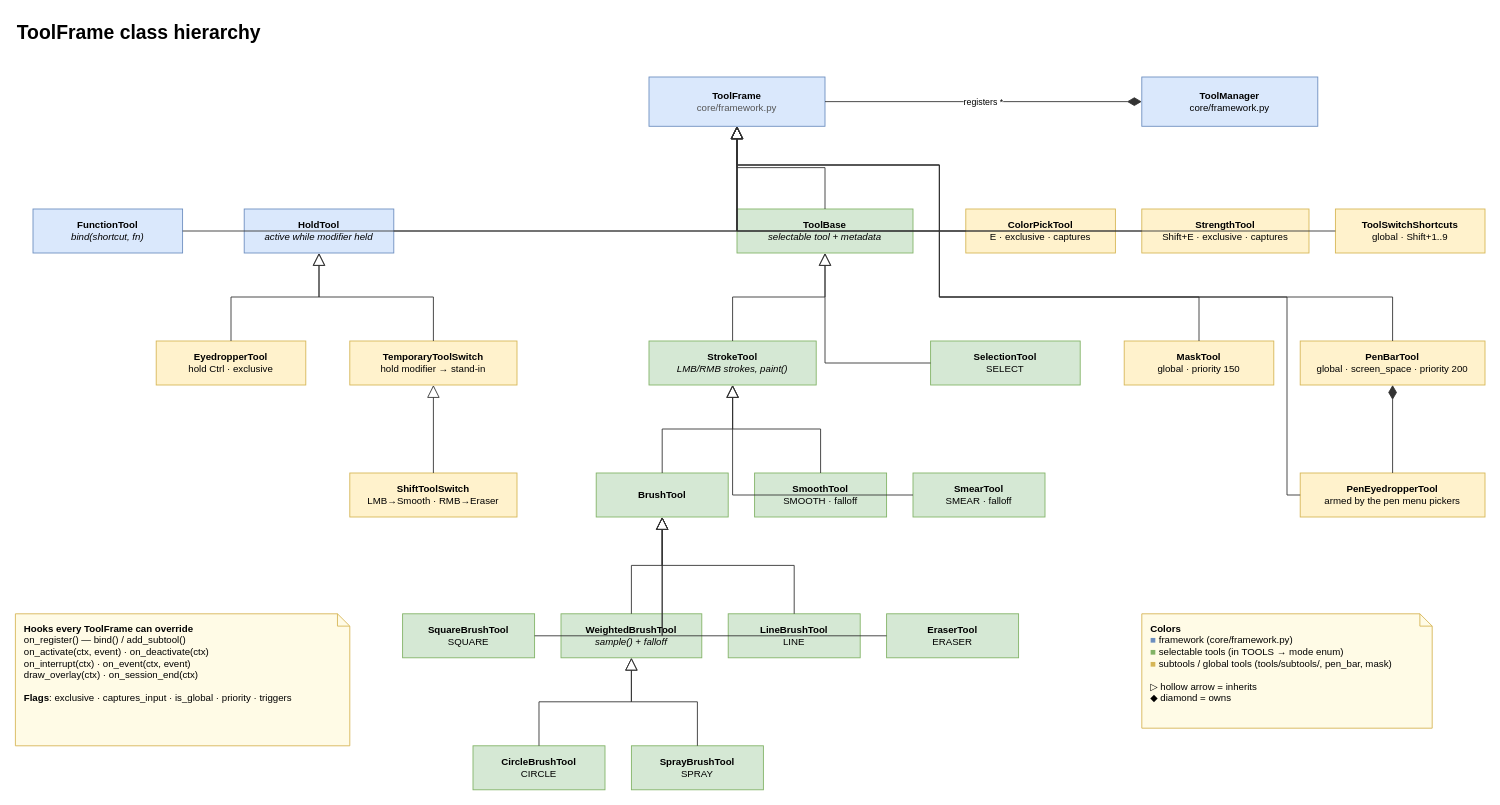
The draw.io diagram page "Class Hierarchy" (2 of 4) of Architecture.drawio in AnimefanPostUP/APU_PixelPainter, before the edit. Source tidied: cells renumbered, new cells numbered last; positions are measured from the earlier drawing's top-left corner, leaving out a move shared by most shapes. Both pictures are drawn from the tidied source at 88%, with x=0, y=0 at pixel (15, 15).
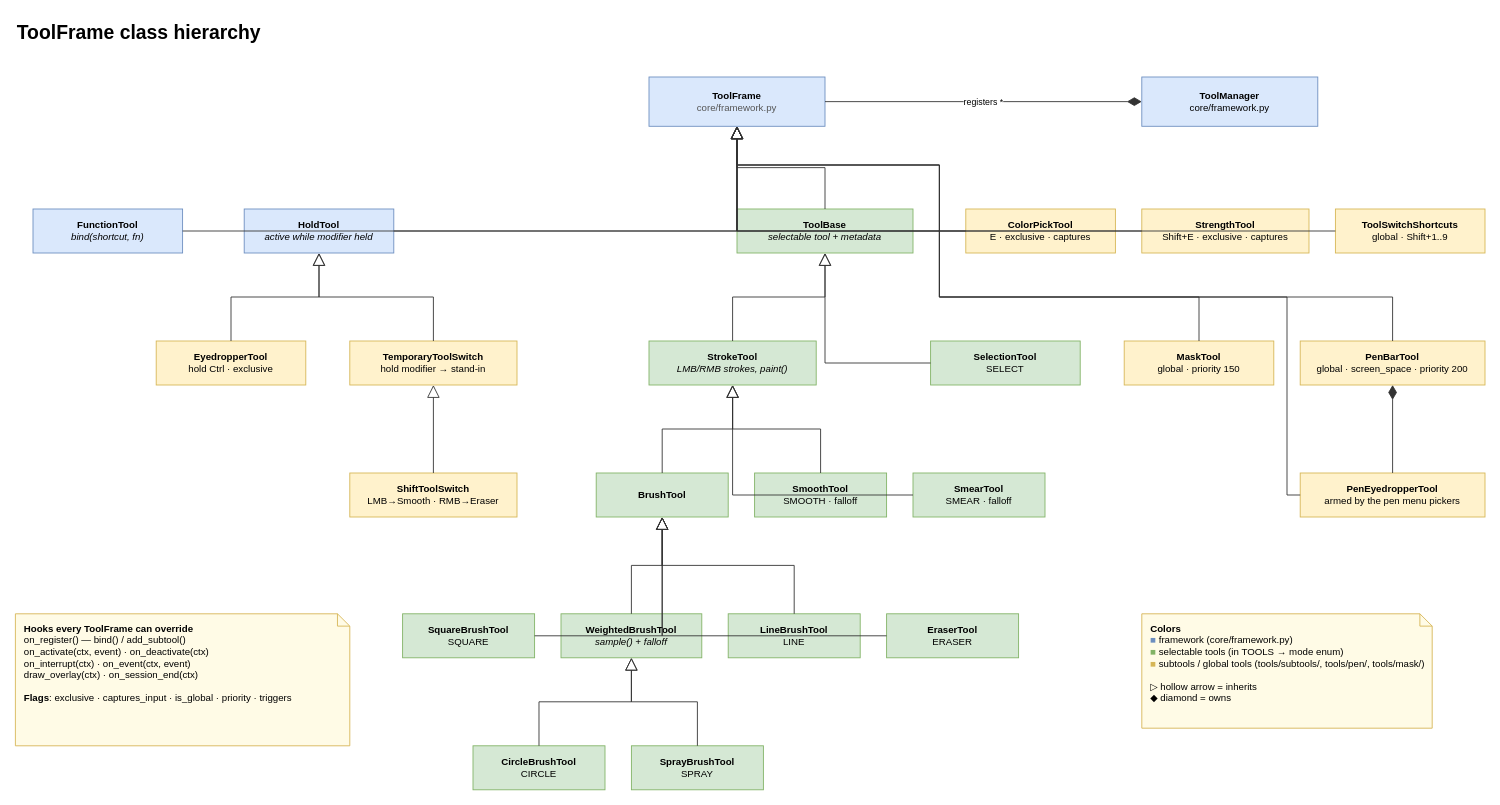
The same diagram, later.

What changed in the source:
```diff
@@
-    <mxCell id="46" value="&lt;b&gt;Colors&lt;/b&gt;&lt;br&gt;&lt;font color=&quot;#6c8ebf&quot;&gt;■&lt;/font&gt; framework (core/framework.py)&lt;br&gt;&lt;font color=&quot;#82b366&quot;&gt;■&lt;/font&gt; selectable tools (in TOOLS → mode enum)&lt;br&gt;&lt;font color=&quot;#d6b656&quot;&gt;■&lt;/font&gt; subtools / global tools (tools/subtools/, pen_bar, mask)&lt;br&gt;&lt;br&gt;▷ hollow arrow = inherits&lt;br&gt;◆ diamond = owns" style="shape=note;whiteSpace=wrap;html=1;size=14;fillColor=#fffbe6;strokeColor=#d6b656;align=left;verticalAlign=top;spacingLeft=8;spacingTop=4;fontSize=11;" parent="1" vertex="1">
+    <mxCell id="46" value="&lt;b&gt;Colors&lt;/b&gt;&lt;br&gt;&lt;font color=&quot;#6c8ebf&quot;&gt;■&lt;/font&gt; framework (core/framework.py)&lt;br&gt;&lt;font color=&quot;#82b366&quot;&gt;■&lt;/font&gt; selectable tools (in TOOLS → mode enum)&lt;br&gt;&lt;font color=&quot;#d6b656&quot;&gt;■&lt;/font&gt; subtools / global tools (tools/subtools/, tools/pen/, tools/mask/)&lt;br&gt;&lt;br&gt;▷ hollow arrow = inherits&lt;br&gt;◆ diamond = owns" style="shape=note;whiteSpace=wrap;html=1;size=14;fillColor=#fffbe6;strokeColor=#d6b656;align=left;verticalAlign=top;spacingLeft=8;spacingTop=4;fontSize=11;" parent="1" vertex="1">
       <mxGeometry x="1280" y="680" width="330" height="130" as="geometry" />
     </mxCell>
```
